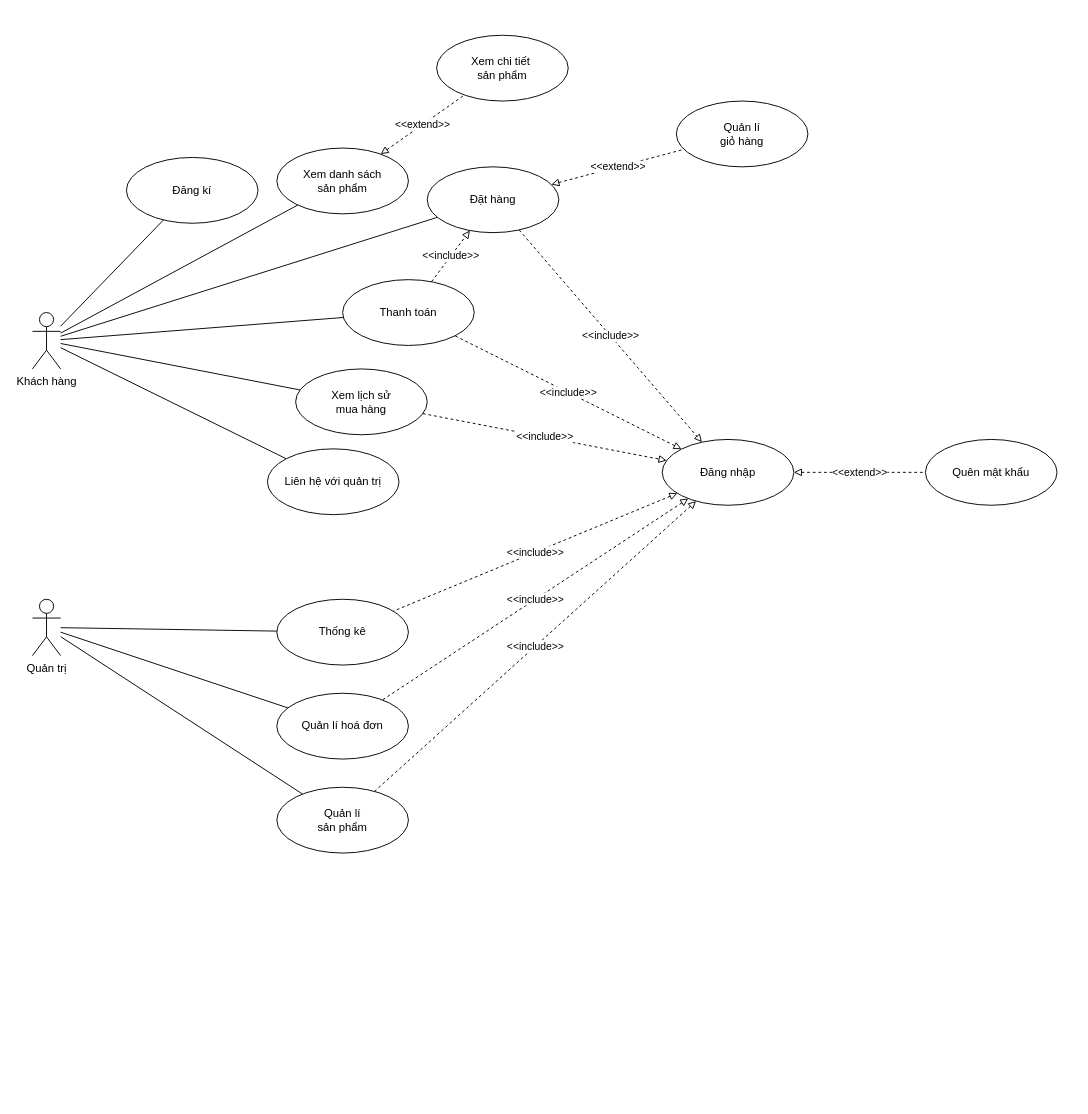
Before: Nam3_HK1/CNPM_SoftTech/Usecase Diagrams/UseCaseDiagram_TongQuat.drawio in EdgarIgnite16/SGU-Course, a draw.io diagram. Source tidied: cells renumbered, new cells numbered last; positions are measured from the earlier drawing's top-left corner, leaving out a move shared by most shapes. Both pictures are drawn from the tidied source at 94%, with x=0, y=0 at pixel (32, 35).
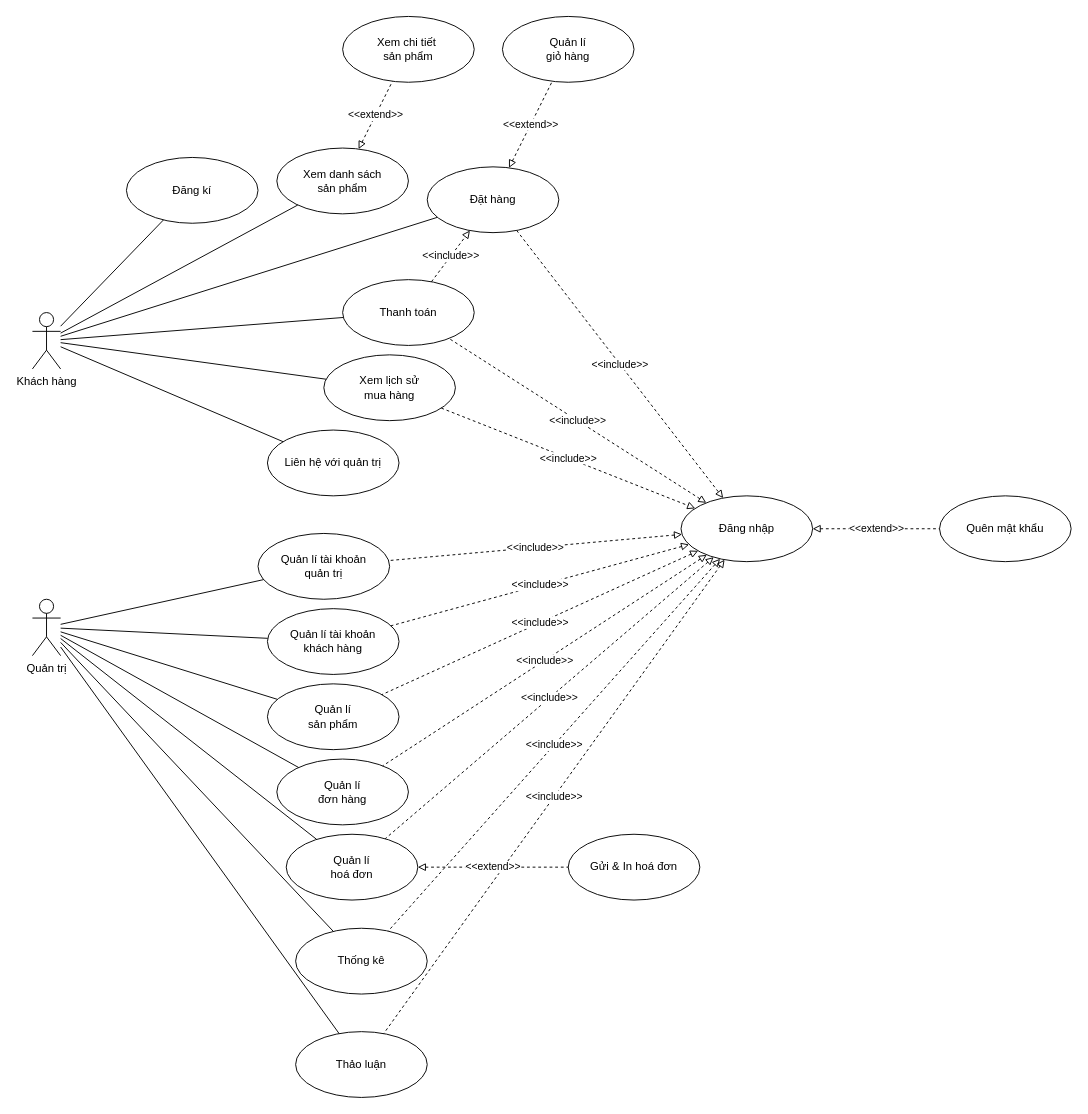
The same diagram, later.

The change refers to these unchanged cells:
```xml
<mxCell id="6" value="Quản trị" style="shape=umlActor;verticalLabelPosition=bottom;verticalAlign=top;html=1;outlineConnect=0;" parent="1" vertex="1">
  <mxGeometry y="600" width="30" height="60" as="geometry" />
</mxCell>
```

What changed in the source:
```diff
@@
     <mxCell id="9" value="Đăng nhập" style="ellipse;whiteSpace=wrap;html=1;" parent="1" vertex="1">
-      <mxGeometry x="670" y="430" width="140" height="70" as="geometry" />
+      <mxGeometry x="690" y="490" width="140" height="70" as="geometry" />
     </mxCell>
@@
     <mxCell id="16" value="Xem lịch sử &lt;br&gt;mua hàng" style="ellipse;whiteSpace=wrap;html=1;" parent="1" vertex="1">
-      <mxGeometry x="280" y="355" width="140" height="70" as="geometry" />
+      <mxGeometry x="310" y="340" width="140" height="70" as="geometry" />
     </mxCell>
@@
     <mxCell id="18" value="Quản lí&lt;br&gt;giỏ hàng" style="ellipse;whiteSpace=wrap;html=1;" parent="1" vertex="1">
-      <mxGeometry x="685" y="70" width="140" height="70" as="geometry" />
+      <mxGeometry x="500" y="-20" width="140" height="70" as="geometry" />
     </mxCell>
@@
     <mxCell id="21" value="Quên mật khẩu" style="ellipse;whiteSpace=wrap;html=1;" parent="1" vertex="1">
-      <mxGeometry x="950" y="430" width="140" height="70" as="geometry" />
+      <mxGeometry x="965" y="490" width="140" height="70" as="geometry" />
     </mxCell>
-    <mxCell id="22" value="Quản lí hoá đơn" style="ellipse;whiteSpace=wrap;html=1;" parent="1" vertex="1">
-      <mxGeometry x="260" y="700" width="140" height="70" as="geometry" />
+    <mxCell id="22" value="Quản lí&lt;br&gt;đơn hàng" style="ellipse;whiteSpace=wrap;html=1;" parent="1" vertex="1">
+      <mxGeometry x="260" y="770" width="140" height="70" as="geometry" />
     </mxCell>
@@
     <mxCell id="26" value="Quản lí&lt;br&gt;sản phẩm" style="ellipse;whiteSpace=wrap;html=1;" parent="1" vertex="1">
-      <mxGeometry x="260" y="800" width="140" height="70" as="geometry" />
+      <mxGeometry x="250" y="690" width="140" height="70" as="geometry" />
     </mxCell>
@@
     <mxCell id="28" value="Thống kê" style="ellipse;whiteSpace=wrap;html=1;" parent="1" vertex="1">
-      <mxGeometry x="260" y="600" width="140" height="70" as="geometry" />
+      <mxGeometry x="280" y="950" width="140" height="70" as="geometry" />
     </mxCell>
@@
     <mxCell id="33" value="Xem chi tiết&amp;nbsp;&lt;br&gt;sản phẩm" style="ellipse;whiteSpace=wrap;html=1;" parent="1" vertex="1">
-      <mxGeometry x="430" width="140" height="70" as="geometry" />
+      <mxGeometry x="330" y="-20" width="140" height="70" as="geometry" />
     </mxCell>
@@
     <mxCell id="36" value="Liên hệ với quản trị" style="ellipse;whiteSpace=wrap;html=1;" parent="1" vertex="1">
-      <mxGeometry x="250" y="440" width="140" height="70" as="geometry" />
+      <mxGeometry x="250" y="420" width="140" height="70" as="geometry" />
     </mxCell>
@@
+    <mxCell id="38" value="Quản lí tài khoản&lt;br&gt;khách hàng" style="ellipse;whiteSpace=wrap;html=1;" parent="1" vertex="1">
+      <mxGeometry x="250" y="610" width="140" height="70" as="geometry" />
+    </mxCell>
+    <mxCell id="39" style="edgeStyle=none;rounded=0;jettySize=auto;html=1;endArrow=none;endFill=0;" parent="1" edge="1" source="6" target="38">
+      <mxGeometry relative="1" as="geometry" />
+    </mxCell>
+    <mxCell id="40" value="&amp;lt;&amp;lt;include&amp;gt;&amp;gt;&lt;br&gt;" style="jettySize=auto;html=1;strokeColor=default;rounded=0;dashed=1;endArrow=none;endFill=0;startArrow=block;startFill=0;" parent="1" edge="1" source="9" target="38">
+      <mxGeometry relative="1" as="geometry" />
+    </mxCell>
+    <mxCell id="41" value="Quản lí tài khoản&lt;br&gt;quản trị" style="ellipse;whiteSpace=wrap;html=1;" parent="1" vertex="1">
+      <mxGeometry x="240" y="530" width="140" height="70" as="geometry" />
+    </mxCell>
+    <mxCell id="42" style="edgeStyle=none;rounded=0;jettySize=auto;html=1;endArrow=none;endFill=0;" parent="1" edge="1" source="6" target="41">
+      <mxGeometry relative="1" as="geometry" />
+    </mxCell>
+    <mxCell id="43" value="&amp;lt;&amp;lt;include&amp;gt;&amp;gt;&lt;br&gt;" style="jettySize=auto;html=1;strokeColor=default;rounded=0;dashed=1;endArrow=none;endFill=0;startArrow=block;startFill=0;" parent="1" edge="1" source="9" target="41">
+      <mxGeometry relative="1" as="geometry" />
+    </mxCell>
+    <mxCell id="44" value="Thảo luận" style="ellipse;whiteSpace=wrap;html=1;" parent="1" vertex="1">
+      <mxGeometry x="280" y="1060" width="140" height="70" as="geometry" />
+    </mxCell>
+    <mxCell id="45" style="edgeStyle=none;rounded=0;jettySize=auto;html=1;endArrow=none;endFill=0;" parent="1" edge="1" source="6" target="44">
+      <mxGeometry relative="1" as="geometry" />
+    </mxCell>
+    <mxCell id="46" value="&amp;lt;&amp;lt;include&amp;gt;&amp;gt;" style="jettySize=auto;html=1;strokeColor=default;rounded=0;dashed=1;endArrow=none;endFill=0;startArrow=block;startFill=0;" parent="1" edge="1" source="9" target="44">
+      <mxGeometry relative="1" as="geometry" />
+    </mxCell>
+    <mxCell id="47" value="Quản lí&lt;br&gt;hoá đơn" style="ellipse;whiteSpace=wrap;html=1;" parent="1" vertex="1">
+      <mxGeometry x="270" y="850" width="140" height="70" as="geometry" />
+    </mxCell>
+    <mxCell id="48" style="edgeStyle=none;rounded=0;jettySize=auto;html=1;endArrow=none;endFill=0;" parent="1" edge="1" source="6" target="47">
+      <mxGeometry relative="1" as="geometry" />
+    </mxCell>
+    <mxCell id="49" value="&amp;lt;&amp;lt;include&amp;gt;&amp;gt;" style="jettySize=auto;html=1;strokeColor=default;rounded=0;dashed=1;endArrow=none;endFill=0;startArrow=block;startFill=0;" parent="1" edge="1" source="9" target="47">
+      <mxGeometry relative="1" as="geometry" />
+    </mxCell>
+    <mxCell id="50" value="Gửi &amp;amp; In hoá đơn" style="ellipse;whiteSpace=wrap;html=1;" parent="1" vertex="1">
+      <mxGeometry x="570" y="850" width="140" height="70" as="geometry" />
+    </mxCell>
+    <mxCell id="51" value="&amp;lt;&amp;lt;extend&amp;gt;&amp;gt;" style="edgeStyle=none;rounded=0;jettySize=auto;html=1;startArrow=block;startFill=0;endArrow=none;endFill=0;dashed=1;" parent="1" edge="1" source="47" target="50">
+      <mxGeometry relative="1" as="geometry" />
+    </mxCell>
```
